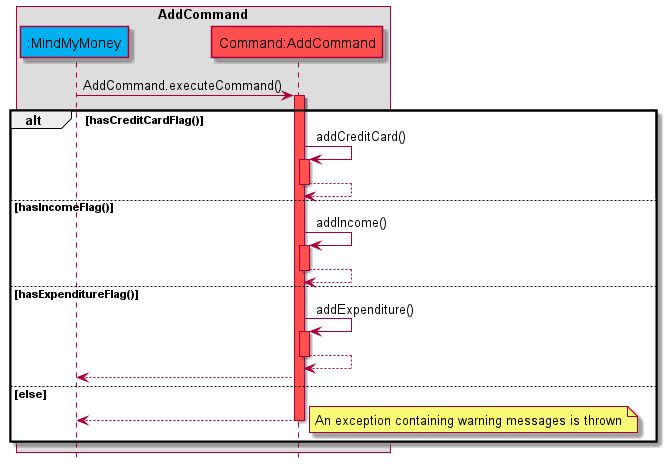
This is docs/images/Add_Command_Sequence_Diagram.png from nus-cs2113-AY2122S2/tp, a PlantUML export, as it was before one commit.
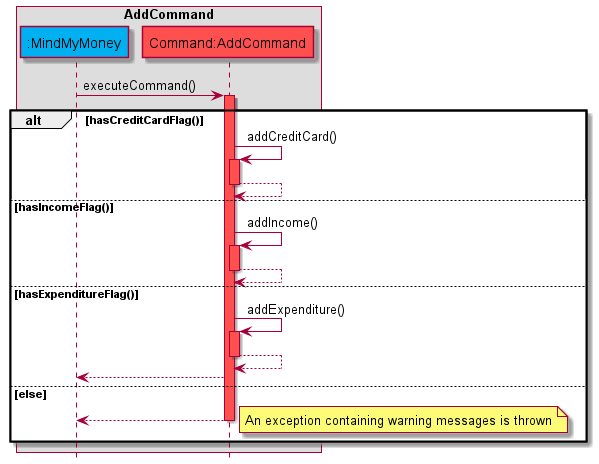
After the change.

Commit message:
Update sequence diagram to conform to UML standards

What changed in the source:
```diff
@@ -7,7 +7,7 @@
 end box
 hide footbox
 
-Parser -> AddCommand: AddCommand.executeCommand()
+Parser -> AddCommand: executeCommand()
 activate AddCommand COMMANDS_COLOUR
 
 alt hasCreditCardFlag()
```
